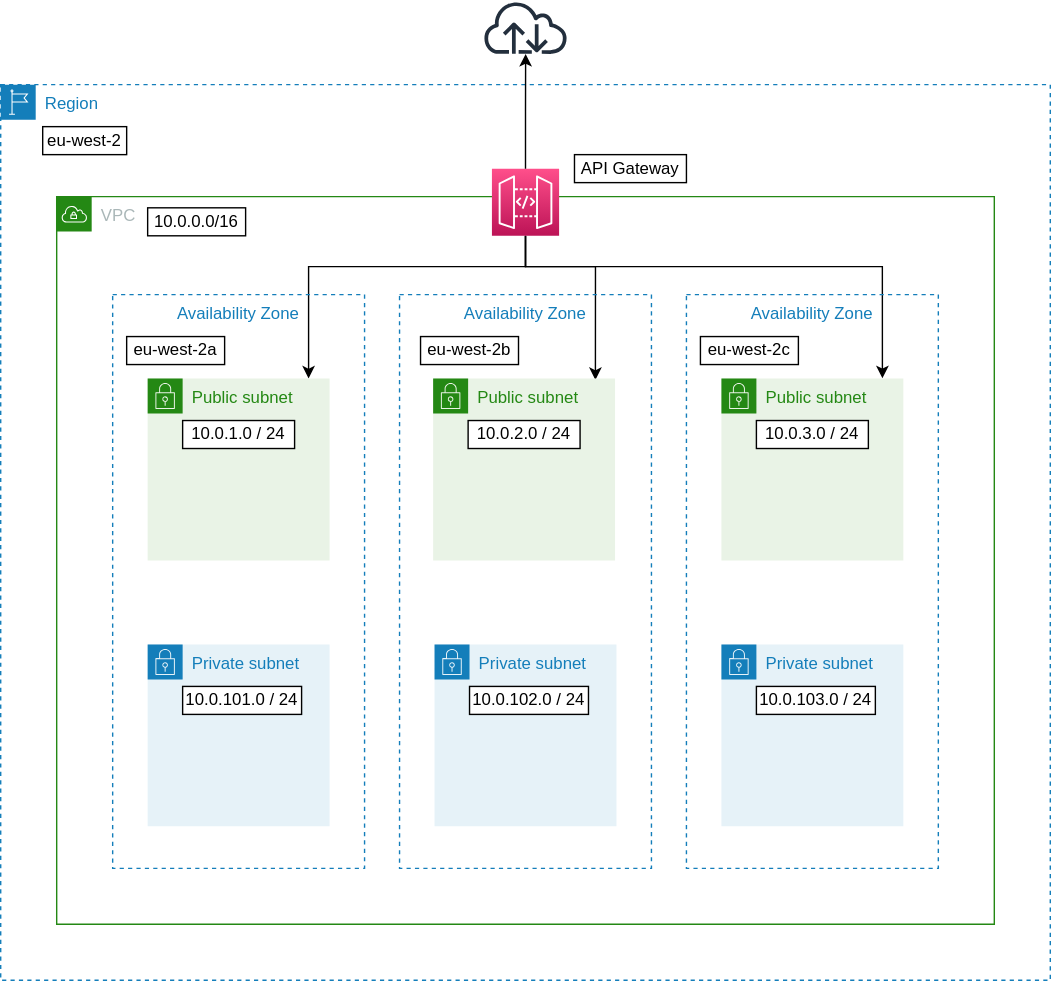
answerdigital/terraform-modules keeps this draw.io diagram as Terraform_modules/vpc_subnets/vpc_subnet_module_diagram.svg. Above is the earlier version. Source tidied: cells renumbered, new cells last; positions are measured from the earlier drawing's top-left corner, leaving out a move shared by most shapes.
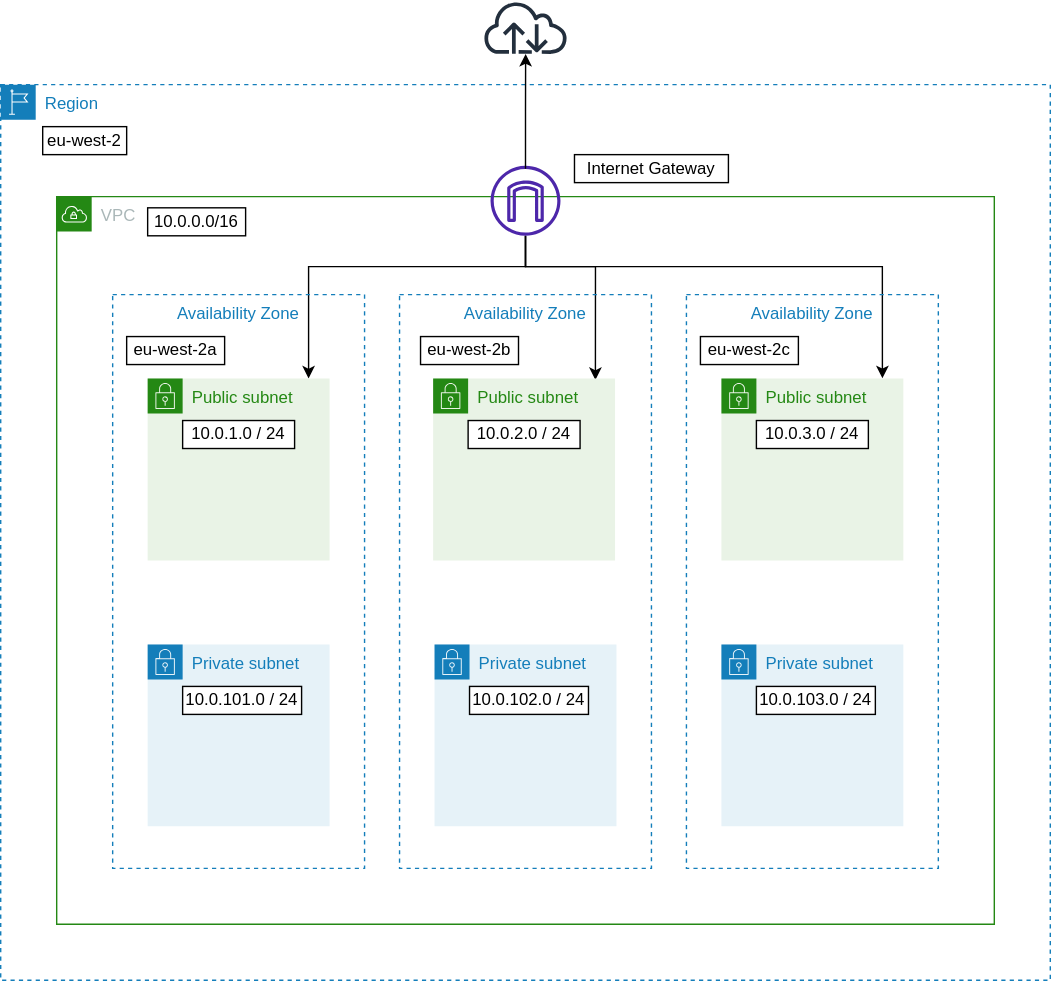
Later version of the same file.

Commit message:
corrected vpc_subnet diagram

The edit, as a diff of the source:
```diff
@@ -8,39 +8,39 @@
     <mxCell id="3" value="eu-west-2" style="whiteSpace=wrap;html=1;" parent="2" vertex="1">
       <mxGeometry x="30" y="30" width="60" height="20" as="geometry" />
     </mxCell>
-    <mxCell id="4" value="API Gateway" style="whiteSpace=wrap;html=1;" parent="2" vertex="1">
-      <mxGeometry x="410" y="50" width="80" height="20" as="geometry" />
+    <mxCell id="4" value="Internet Gateway" style="whiteSpace=wrap;html=1;" parent="2" vertex="1">
+      <mxGeometry x="410" y="50" width="110" height="20" as="geometry" />
     </mxCell>
     <mxCell id="5" value="VPC" style="gradientColor=none;html=1;whiteSpace=wrap;fontSize=12;fontStyle=0;shape=mxgraph.aws4.group;grIcon=mxgraph.aws4.group_vpc;strokeColor=#248814;fillColor=none;verticalAlign=top;align=left;spacingLeft=30;fontColor=#AAB7B8;dashed=0;" parent="1" vertex="1">
       <mxGeometry x="40" y="140" width="670" height="520" as="geometry" />
     </mxCell>
-    <mxCell id="6" style="edgeStyle=orthogonalEdgeStyle;rounded=0;jettySize=auto;html=1;" parent="5" edge="1" source="9" target="16">
+    <mxCell id="6" style="edgeStyle=orthogonalEdgeStyle;rounded=0;jettySize=auto;html=1;" parent="5" edge="1" target="16">
       <mxGeometry relative="1" as="geometry">
+        <mxPoint x="335" y="28" as="sourcePoint" />
         <Array as="points">
           <mxPoint x="335" y="50" />
           <mxPoint x="180" y="50" />
         </Array>
       </mxGeometry>
     </mxCell>
-    <mxCell id="7" style="edgeStyle=orthogonalEdgeStyle;rounded=0;jettySize=auto;html=1;entryX=0.892;entryY=0.008;entryDx=0;entryDy=0;entryPerimeter=0;" parent="5" edge="1" source="9" target="18">
+    <mxCell id="7" style="edgeStyle=orthogonalEdgeStyle;rounded=0;jettySize=auto;html=1;entryX=0.892;entryY=0.008;entryDx=0;entryDy=0;entryPerimeter=0;" parent="5" edge="1" target="18">
       <mxGeometry relative="1" as="geometry">
+        <mxPoint x="335" y="28" as="sourcePoint" />
         <Array as="points">
           <mxPoint x="335" y="50" />
           <mxPoint x="385" y="50" />
         </Array>
       </mxGeometry>
     </mxCell>
-    <mxCell id="8" style="edgeStyle=orthogonalEdgeStyle;rounded=0;jettySize=auto;html=1;entryX=0.778;entryY=0.146;entryDx=0;entryDy=0;entryPerimeter=0;" parent="5" edge="1" source="9" target="11">
+    <mxCell id="8" style="edgeStyle=orthogonalEdgeStyle;rounded=0;jettySize=auto;html=1;entryX=0.778;entryY=0.146;entryDx=0;entryDy=0;entryPerimeter=0;" parent="5" edge="1" target="11">
       <mxGeometry relative="1" as="geometry">
+        <mxPoint x="335" y="28" as="sourcePoint" />
         <Array as="points">
           <mxPoint x="335" y="50" />
           <mxPoint x="590" y="50" />
         </Array>
       </mxGeometry>
     </mxCell>
-    <mxCell id="9" style="sketch=0;points=[[0,0,0],[0.25,0,0],[0.5,0,0],[0.75,0,0],[1,0,0],[0,1,0],[0.25,1,0],[0.5,1,0],[0.75,1,0],[1,1,0],[0,0.25,0],[0,0.5,0],[0,0.75,0],[1,0.25,0],[1,0.5,0],[1,0.75,0]];outlineConnect=0;fontColor=#232F3E;gradientColor=#FF4F8B;gradientDirection=north;fillColor=#BC1356;strokeColor=#ffffff;dashed=0;verticalLabelPosition=bottom;verticalAlign=top;align=center;html=1;fontSize=12;fontStyle=0;shape=mxgraph.aws4.resourceIcon;resIcon=mxgraph.aws4.api_gateway;" parent="5" vertex="1">
-      <mxGeometry x="311" y="-20" width="48" height="48" as="geometry" />
-    </mxCell>
     <mxCell id="10" value="Availability Zone" style="fillColor=none;strokeColor=#147EBA;dashed=1;verticalAlign=top;fontStyle=0;fontColor=#147EBA;" parent="5" vertex="1">
       <mxGeometry x="40" y="70" width="180" height="410" as="geometry" />
     </mxCell>
@@ -98,11 +98,16 @@
     <mxCell id="28" value="10.0.0.0/16" style="whiteSpace=wrap;html=1;" parent="5" vertex="1">
       <mxGeometry x="65" y="8" width="70" height="20" as="geometry" />
     </mxCell>
+    <mxCell id="31" style="sketch=0;fontColor=#232F3E;gradientColor=none;fillColor=#4D27AA;strokeColor=none;dashed=0;verticalLabelPosition=bottom;verticalAlign=top;align=center;html=1;fontSize=12;fontStyle=0;shape=mxgraph.aws4.internet_gateway;" parent="5" vertex="1">
+      <mxGeometry x="310" y="-22" width="50" height="50" as="geometry" />
+    </mxCell>
     <mxCell id="29" style="sketch=0;outlineConnect=0;fontColor=#232F3E;gradientColor=none;fillColor=#232F3D;strokeColor=none;dashed=0;verticalLabelPosition=bottom;verticalAlign=top;align=center;html=1;fontSize=12;fontStyle=0;shape=mxgraph.aws4.internet;" parent="1" vertex="1">
       <mxGeometry x="344.1" width="61.8" height="38" as="geometry" />
     </mxCell>
-    <mxCell id="30" style="edgeStyle=orthogonalEdgeStyle;rounded=0;jettySize=auto;html=1;" parent="1" edge="1" source="9" target="29">
-      <mxGeometry relative="1" as="geometry" />
+    <mxCell id="30" style="edgeStyle=orthogonalEdgeStyle;rounded=0;jettySize=auto;html=1;" parent="1" edge="1" target="29">
+      <mxGeometry relative="1" as="geometry">
+        <mxPoint x="375" y="120" as="sourcePoint" />
+      </mxGeometry>
     </mxCell>
   </root>
 </mxGraphModel>
```
